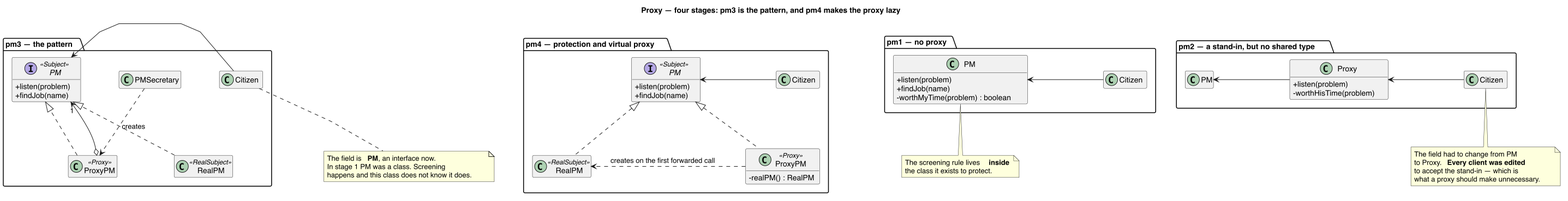
Earlier version of the PlantUML export src/main/java/dev/kaldiroglu/dp/structural/proxy/pm/uml/Proxy - Prime Minister - Class Diagram.png (kaldiroglu/DesignPatternsWithJava). Its source is kept beside it as src/main/java/dev/kaldiroglu/dp/structural/proxy/pm/uml/Proxy - Prime Minister - Class Diagram.puml.
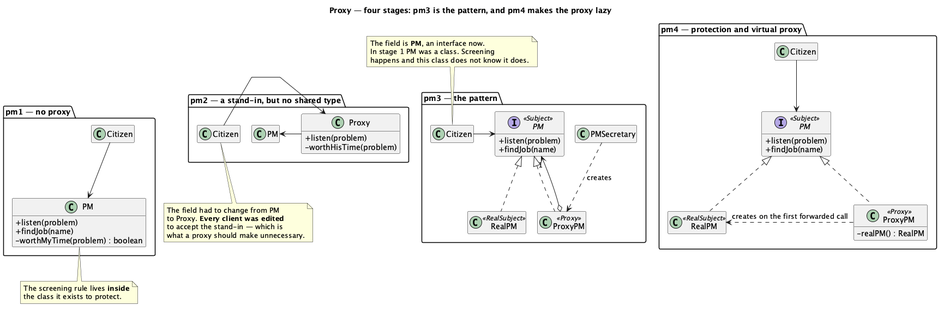
After the change.

What changed in the source:
```diff
@@ -1,6 +1,6 @@
 @startuml "Proxy - Prime Minister - Class Diagram"
+skinparam nodesep 20
 skinparam linetype polyline
-skinparam nodesep 70
 skinparam class {
   BackgroundColor<<spacer>> transparent
   BorderColor<<spacer>> transparent
@@ -57,7 +57,7 @@
   what a proxy should make unnecessary.
 end note
 
-note bottom of Citizen3
+note top of Citizen3
   The field is <b>PM</b>, an interface now.
   In stage 1 PM was a class. Screening
   happens and this class does not know it does.
@@ -77,23 +77,14 @@
   PM4 <|.. RealPM4
   PM4 <|.. ProxyPM4
 }
-
-class " " as Spacer1 <<spacer>>
-PM3 -[hidden]- Spacer1
-PM3 -[hidden]- Spacer1
-RealPM -[hidden]right- Spacer1
-Spacer1 -[hidden]right- ProxyPM
-class " " as Spacer2 <<spacer>>
-PM4 -[hidden]- Spacer2
-PM4 -[hidden]- Spacer2
-RealPM4 -[hidden]right- Spacer2
-Spacer2 -[hidden]right- ProxyPM4
-  Citizen1 -[norank]-> PM1
+  Citizen1 --> PM1
   Citizen2 -[norank]-> Proxy2
   Proxy2 -[norank]-> PM2
   ProxyPM o-[norank]-> "1" PM3
   PMSecretary .[norank].> ProxyPM : creates
   Citizen3 -[norank]-> PM3
   ProxyPM4 .[norank].> RealPM4 : creates on the first forwarded call
-  Citizen4 -[norank]-> PM4
+  Citizen4 --> PM4
+Citizen1 -[hidden]right- Citizen2
+Citizen2 -[hidden]right- Citizen3
 @enduml
```
